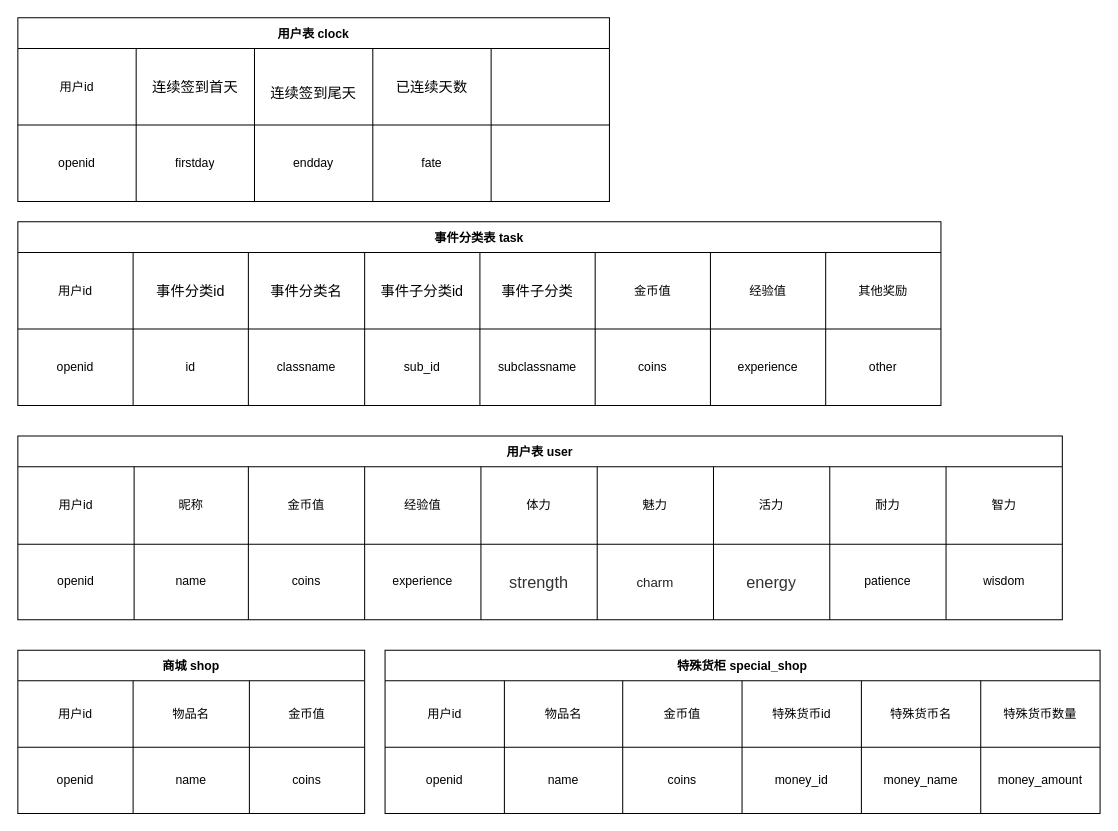
dTIris/code_library keeps this draw.io diagram as page "第 2 页" (2 of 2) of 组织结构图.drawio. Above is the earlier version. Source tidied: cells renumbered, new cells numbered last; positions are measured from the earlier drawing's top-left corner, leaving out a move shared by most shapes. Both pictures are drawn from the tidied source at 102%, with x=0, y=0 at pixel (17, 17).
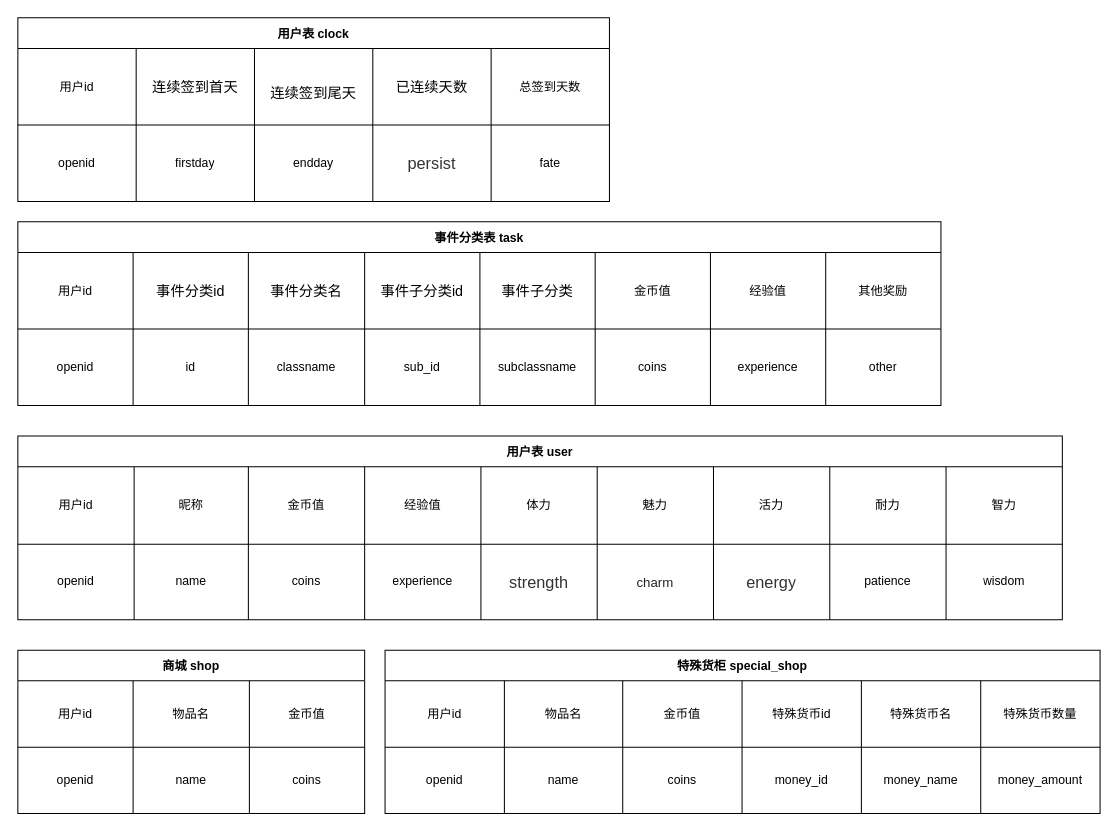
After the change.

Commit message:
更新组织结构图.drawio

The change refers to these unchanged cells:
```xml
<mxCell id="3" style="shape=partialRectangle;html=1;whiteSpace=wrap;fillColor=none;top=0;left=0;bottom=0;right=0;" parent="2" vertex="1">
  <mxGeometry y="30" width="580" height="75" as="geometry" />
</mxCell>
<mxCell id="9" style="shape=partialRectangle;html=1;whiteSpace=wrap;fillColor=none;top=0;left=0;bottom=0;right=0;" parent="2" vertex="1">
  <mxGeometry y="105" width="580" height="75" as="geometry" />
</mxCell>
```

The edit, as a diff of the source:
```diff
@@
-    <mxCell id="8" style="shape=partialRectangle;html=1;whiteSpace=wrap;fillColor=none;top=0;left=0;bottom=0;right=0;overflow=hidden;" parent="3" vertex="1">
+    <mxCell id="8" value="总签到天数" style="shape=partialRectangle;html=1;whiteSpace=wrap;fillColor=none;top=0;left=0;bottom=0;right=0;overflow=hidden;" parent="3" vertex="1">
       <mxGeometry x="464" width="116" height="75" as="geometry" />
     </mxCell>
@@
-    <mxCell id="13" value="fate" style="shape=partialRectangle;html=1;whiteSpace=wrap;fillColor=none;top=0;left=0;bottom=0;right=0;overflow=hidden;" parent="9" vertex="1">
+    <mxCell id="13" value="&lt;span style=&quot;color: rgb(51 , 51 , 51) ; font-family: &amp;#34;pingfang sc&amp;#34; , &amp;#34;lantinghei sc&amp;#34; , &amp;#34;microsoft yahei&amp;#34; , &amp;#34;arial&amp;#34; , , sans-serif , &amp;#34;tahoma&amp;#34; ; font-size: 16px ; background-color: rgb(255 , 255 , 255)&quot;&gt;persist&lt;/span&gt;" style="shape=partialRectangle;html=1;whiteSpace=wrap;fillColor=none;top=0;left=0;bottom=0;right=0;overflow=hidden;" parent="9" vertex="1">
       <mxGeometry x="348" width="116" height="75" as="geometry" />
     </mxCell>
-    <mxCell id="14" style="shape=partialRectangle;html=1;whiteSpace=wrap;fillColor=none;top=0;left=0;bottom=0;right=0;overflow=hidden;" parent="9" vertex="1">
+    <mxCell id="14" value="fate" style="shape=partialRectangle;html=1;whiteSpace=wrap;fillColor=none;top=0;left=0;bottom=0;right=0;overflow=hidden;" parent="9" vertex="1">
       <mxGeometry x="464" width="116" height="75" as="geometry" />
     </mxCell>
```
